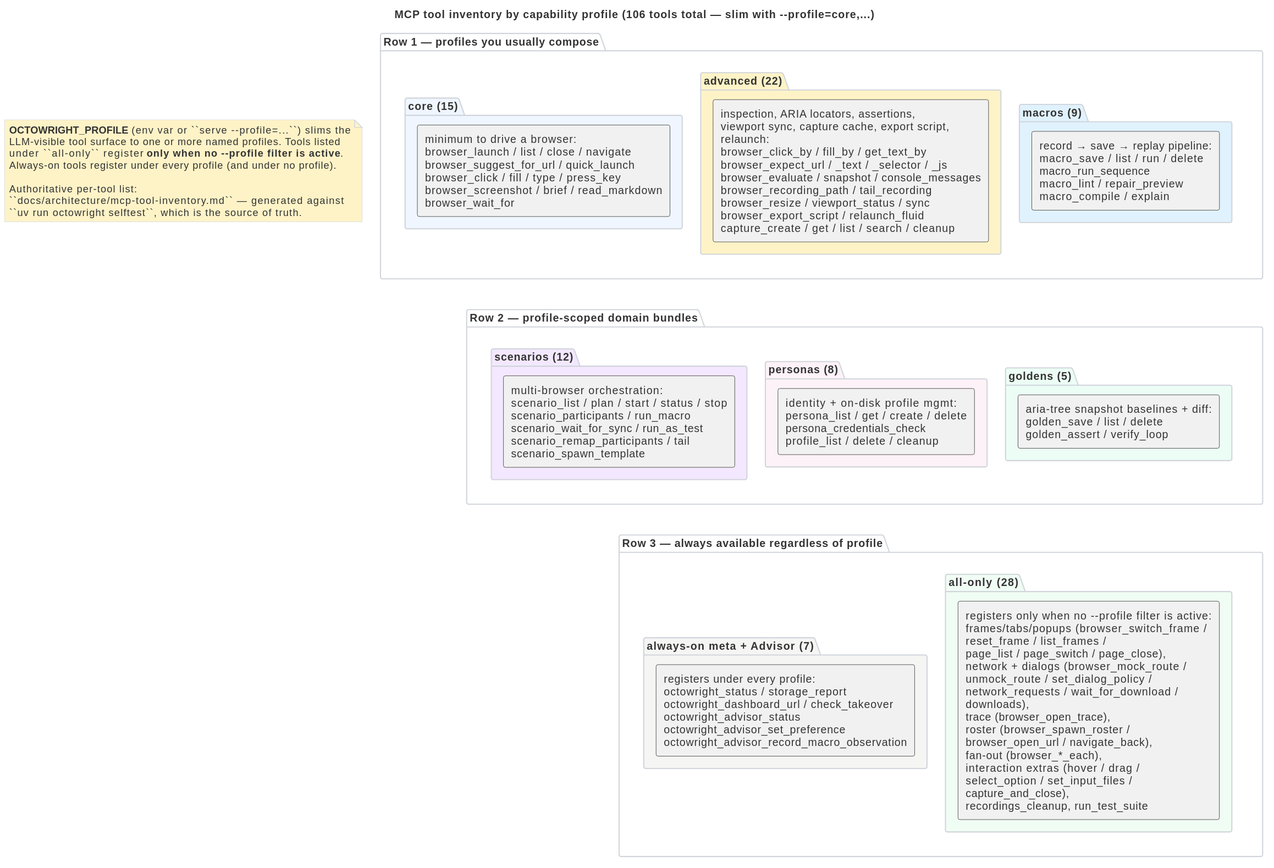
Above: docs/architecture/mcp-tool-surface.svg in livingstaccato/octowright (PlantUML), before the change. Its source is kept beside it as docs/architecture/mcp-tool-surface.puml.
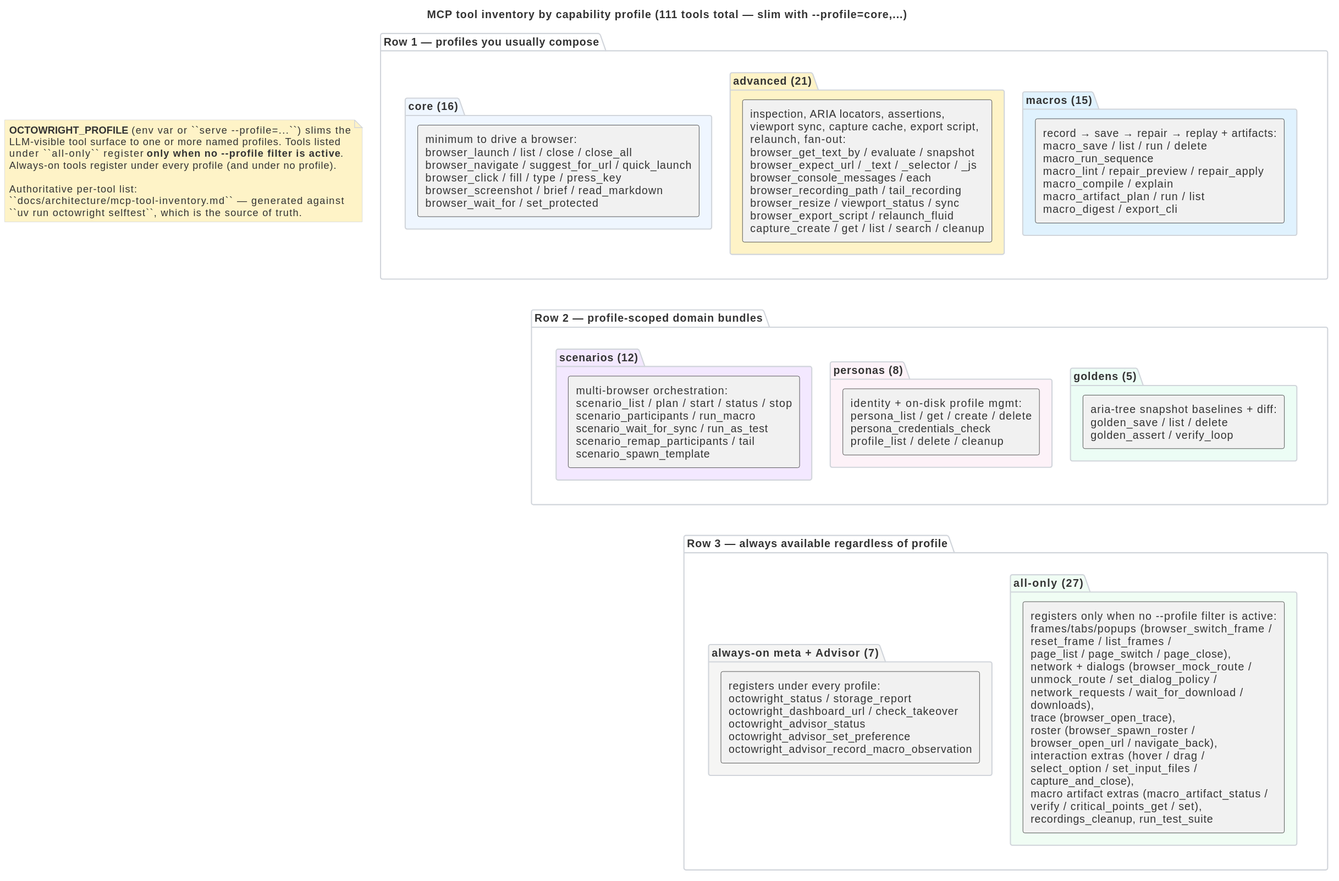
The same file after the commit.

Change to the diagram source:
```diff
@@ -1,5 +1,5 @@
 @startuml mcp-tool-surface
-title MCP tool inventory by capability profile (106 tools total — slim with --profile=core,...)
+title MCP tool inventory by capability profile (111 tools total — slim with --profile=core,...)
 
 skinparam backgroundColor #ffffff
 skinparam defaultFontColor #333333
@@ -22,14 +22,14 @@
 end note
 
 package "Row 1 — profiles you usually compose" as ROW1 #ffffff {
-  package "core (15)" as P_CORE #eff6ff {
-    rectangle "minimum to drive a browser:\nbrowser_launch / list / close / navigate\nbrowser_suggest_for_url / quick_launch\nbrowser_click / fill / type / press_key\nbrowser_screenshot / brief / read_markdown\nbrowser_wait_for" as R_CORE
+  package "core (16)" as P_CORE #eff6ff {
+    rectangle "minimum to drive a browser:\nbrowser_launch / list / close / close_all\nbrowser_navigate / suggest_for_url / quick_launch\nbrowser_click / fill / type / press_key\nbrowser_screenshot / brief / read_markdown\nbrowser_wait_for / set_protected" as R_CORE
   }
-  package "advanced (22)" as P_ADV #fef3c7 {
-    rectangle "inspection, ARIA locators, assertions,\nviewport sync, capture cache, export script,\nrelaunch:\nbrowser_click_by / fill_by / get_text_by\nbrowser_expect_url / _text / _selector / _js\nbrowser_evaluate / snapshot / console_messages\nbrowser_recording_path / tail_recording\nbrowser_resize / viewport_status / sync\nbrowser_export_script / relaunch_fluid\ncapture_create / get / list / search / cleanup" as R_ADV
+  package "advanced (21)" as P_ADV #fef3c7 {
+    rectangle "inspection, ARIA locators, assertions,\nviewport sync, capture cache, export script,\nrelaunch, fan-out:\nbrowser_get_text_by / evaluate / snapshot\nbrowser_expect_url / _text / _selector / _js\nbrowser_console_messages / each\nbrowser_recording_path / tail_recording\nbrowser_resize / viewport_status / sync\nbrowser_export_script / relaunch_fluid\ncapture_create / get / list / search / cleanup" as R_ADV
   }
-  package "macros (9)" as P_MAC #e0f2fe {
-    rectangle "record → save → replay pipeline:\nmacro_save / list / run / delete\nmacro_run_sequence\nmacro_lint / repair_preview\nmacro_compile / explain" as R_MAC
+  package "macros (15)" as P_MAC #e0f2fe {
+    rectangle "record → save → repair → replay + artifacts:\nmacro_save / list / run / delete\nmacro_run_sequence\nmacro_lint / repair_preview / repair_apply\nmacro_compile / explain\nmacro_artifact_plan / run / list\nmacro_digest / export_cli" as R_MAC
   }
 }
 
@@ -49,8 +49,8 @@
   package "always-on meta + Advisor (7)" as P_META #f5f5f4 {
     rectangle "registers under every profile:\noctowright_status / storage_report\noctowright_dashboard_url / check_takeover\noctowright_advisor_status\noctowright_advisor_set_preference\noctowright_advisor_record_macro_observation" as R_META
   }
-  package "all-only (28)" as P_ALL #f0fdf4 {
-    rectangle "registers only when no --profile filter is active:\nframes/tabs/popups (browser_switch_frame /\nreset_frame / list_frames /\npage_list / page_switch / page_close),\nnetwork + dialogs (browser_mock_route /\nunmock_route / set_dialog_policy /\nnetwork_requests / wait_for_download /\ndownloads),\ntrace (browser_open_trace),\nroster (browser_spawn_roster /\nbrowser_open_url / navigate_back),\nfan-out (browser_*_each),\ninteraction extras (hover / drag /\nselect_option / set_input_files /\ncapture_and_close),\nrecordings_cleanup, run_test_suite" as R_ALL
+  package "all-only (27)" as P_ALL #f0fdf4 {
+    rectangle "registers only when no --profile filter is active:\nframes/tabs/popups (browser_switch_frame /\nreset_frame / list_frames /\npage_list / page_switch / page_close),\nnetwork + dialogs (browser_mock_route /\nunmock_route / set_dialog_policy /\nnetwork_requests / wait_for_download /\ndownloads),\ntrace (browser_open_trace),\nroster (browser_spawn_roster /\nbrowser_open_url / navigate_back),\ninteraction extras (hover / drag /\nselect_option / set_input_files /\ncapture_and_close),\nmacro artifact extras (macro_artifact_status /\nverify / critical_points_get / set),\nrecordings_cleanup, run_test_suite" as R_ALL
   }
 }
 
```
